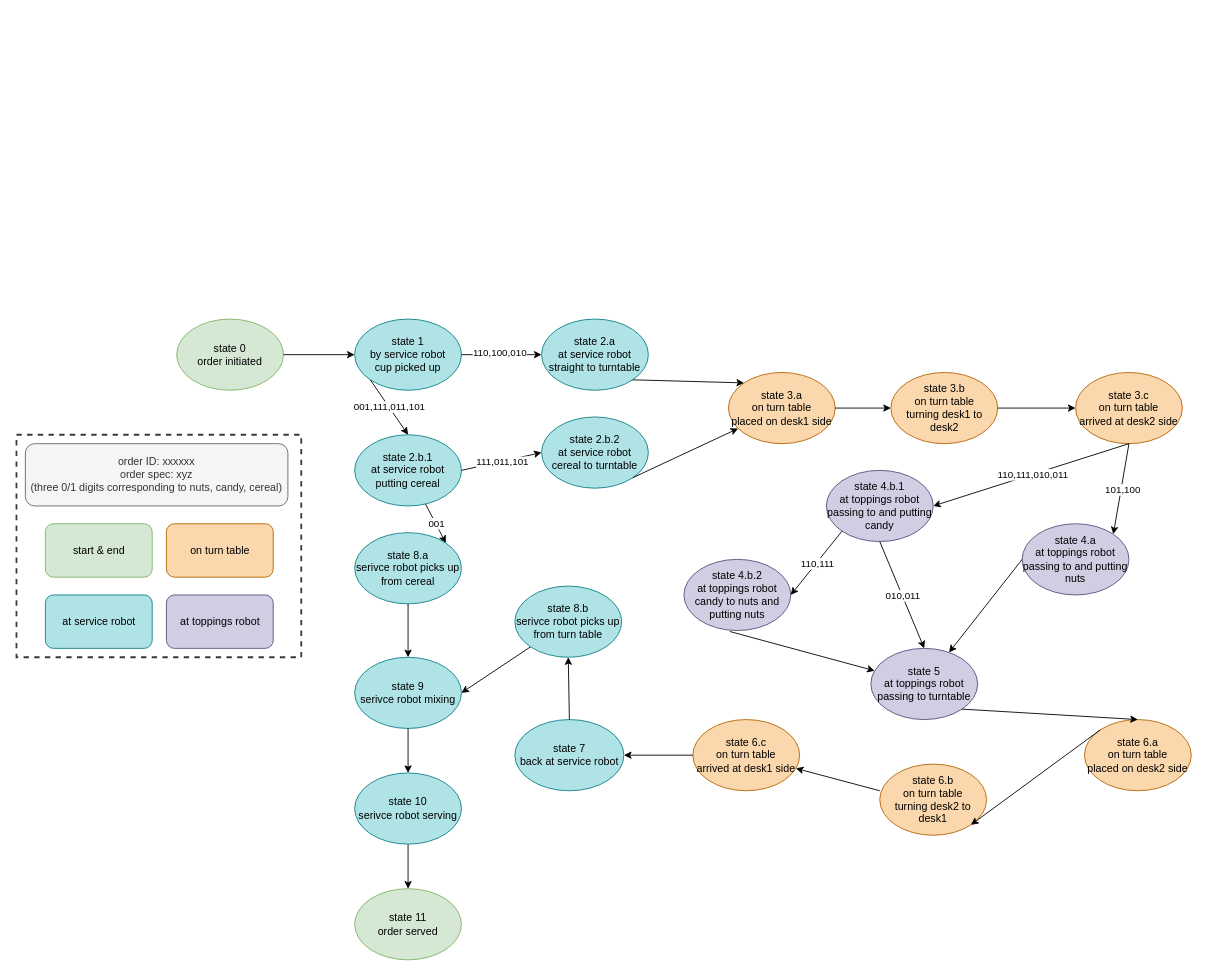
Before: page "Page-2" (2 of 2) of state_machine_diagram.drawio in Ruoyu-Wu/MEAM520_final_project_mid_scheduler_draft, a draw.io diagram. Source tidied: cells renumbered, new cells numbered last; positions are measured from the earlier drawing's top-left corner, leaving out a move shared by most shapes. Both pictures are drawn from the tidied source at 89%, with x=0, y=0 at pixel (16, 319).
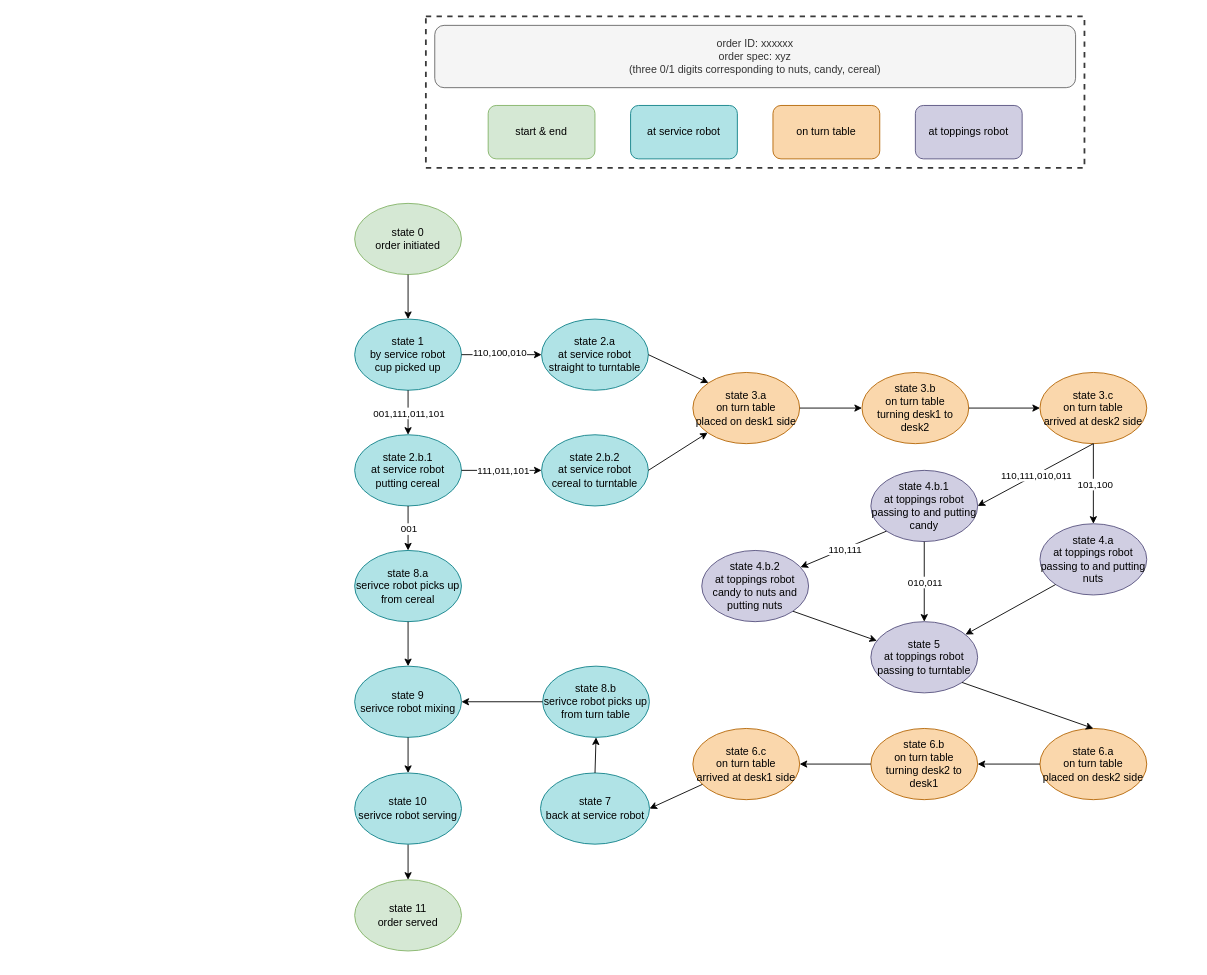
The same diagram, later.

The change refers to these unchanged cells:
```xml
<mxCell id="4" value="state 1&lt;div&gt;by service robot&lt;br&gt;&lt;div&gt;cup picked up&lt;/div&gt;&lt;/div&gt;" style="ellipse;whiteSpace=wrap;html=1;fillColor=#b0e3e6;strokeColor=#0e8088;" parent="1" vertex="1">
  <mxGeometry x="380" width="120" height="80" as="geometry" />
</mxCell>
<mxCell id="5" value="state 2.b.1&lt;div&gt;at service robot&lt;/div&gt;&lt;div&gt;putting cereal&lt;/div&gt;" style="ellipse;whiteSpace=wrap;html=1;fillColor=#b0e3e6;strokeColor=#0e8088;" parent="1" vertex="1">
  <mxGeometry x="380" y="130" width="120" height="80" as="geometry" />
</mxCell>
<mxCell id="47" value="state 2.a&lt;div&gt;at service robot&lt;/div&gt;&lt;div&gt;straight to turntable&lt;/div&gt;" style="ellipse;whiteSpace=wrap;html=1;fillColor=#b0e3e6;strokeColor=#0e8088;" parent="1" vertex="1">
  <mxGeometry x="590" width="120" height="80" as="geometry" />
</mxCell>
```

Change to the diagram source:
```diff
@@
     <mxCell id="2" value="order ID: xxxxxx&lt;div&gt;order spec: xyz&lt;/div&gt;&lt;div&gt;(three 0/1 digits corresponding to nuts, candy, cereal)&lt;/div&gt;" style="rounded=1;whiteSpace=wrap;html=1;rotation=0;fillColor=#f5f5f5;fontColor=#333333;strokeColor=#666666;" parent="1" vertex="1">
-      <mxGeometry x="10" y="140" width="295" height="70" as="geometry" />
+      <mxGeometry x="470" y="-330" width="720" height="70" as="geometry" />
     </mxCell>
     <mxCell id="3" value="state 0&lt;div&gt;order initiated&lt;/div&gt;" style="ellipse;whiteSpace=wrap;html=1;fillColor=#d5e8d4;strokeColor=#82b366;" parent="1" vertex="1">
-      <mxGeometry x="180" width="120" height="80" as="geometry" />
+      <mxGeometry x="380" y="-130" width="120" height="80" as="geometry" />
     </mxCell>
@@
     <mxCell id="6" value="state 2.b.2&lt;div&gt;at service robot&lt;/div&gt;&lt;div&gt;cereal to turntable&lt;/div&gt;" style="ellipse;whiteSpace=wrap;html=1;fillColor=#b0e3e6;strokeColor=#0e8088;" parent="1" vertex="1">
-      <mxGeometry x="590" y="110" width="120" height="80" as="geometry" />
+      <mxGeometry x="590" y="130" width="120" height="80" as="geometry" />
     </mxCell>
     <mxCell id="7" value="state 5&lt;div&gt;&lt;div&gt;at toppings robot&lt;/div&gt;&lt;div&gt;passing to turntable&lt;/div&gt;&lt;/div&gt;" style="ellipse;whiteSpace=wrap;html=1;fillColor=#d0cee2;strokeColor=#56517e;" parent="1" vertex="1">
-      <mxGeometry x="960" y="370" width="120" height="80" as="geometry" />
+      <mxGeometry x="960" y="340" width="120" height="80" as="geometry" />
     </mxCell>
     <mxCell id="8" value="state 11&lt;div&gt;order served&lt;/div&gt;" style="ellipse;whiteSpace=wrap;html=1;fillColor=#d5e8d4;strokeColor=#82b366;" parent="1" vertex="1">
-      <mxGeometry x="380" y="640" width="120" height="80" as="geometry" />
+      <mxGeometry x="380" y="630" width="120" height="80" as="geometry" />
     </mxCell>
     <mxCell id="9" value="state 3.a&lt;div&gt;on turn table&lt;/div&gt;&lt;div&gt;placed on desk1 side&lt;/div&gt;" style="ellipse;whiteSpace=wrap;html=1;fillColor=#fad7ac;strokeColor=#b46504;" parent="1" vertex="1">
-      <mxGeometry x="800" y="60" width="120" height="80" as="geometry" />
+      <mxGeometry x="760" y="60" width="120" height="80" as="geometry" />
     </mxCell>
     <mxCell id="10" value="state 3.b&lt;div&gt;on turn table&lt;/div&gt;&lt;div&gt;turning desk1 to desk2&lt;/div&gt;" style="ellipse;whiteSpace=wrap;html=1;fillColor=#fad7ac;strokeColor=#b46504;" parent="1" vertex="1">
-      <mxGeometry x="982.5" y="60" width="120" height="80" as="geometry" />
+      <mxGeometry x="950" y="60" width="120" height="80" as="geometry" />
     </mxCell>
@@
-    <mxCell id="13" style="endArrow=classic;html=1;rounded=0;exitX=0;exitY=1;exitDx=0;exitDy=0;entryX=0.5;entryY=0;entryDx=0;entryDy=0;" parent="1" edge="1" source="4" target="5">
+    <mxCell id="13" style="endArrow=classic;html=1;rounded=0;exitX=0.5;exitY=1;exitDx=0;exitDy=0;entryX=0.5;entryY=0;entryDx=0;entryDy=0;" parent="1" edge="1" source="4" target="5">
       <mxGeometry relative="1" as="geometry" />
     </mxCell>
@@
-    <mxCell id="17" style="endArrow=classic;html=1;rounded=0;entryX=1;entryY=0;entryDx=0;entryDy=0;" parent="1" edge="1" source="5" target="35">
+    <mxCell id="17" style="endArrow=classic;html=1;rounded=0;entryX=0.5;entryY=0;entryDx=0;entryDy=0;exitX=0.5;exitY=1;exitDx=0;exitDy=0;" parent="1" edge="1" source="5" target="35">
       <mxGeometry relative="1" as="geometry" />
     </mxCell>
@@
     <mxCell id="19" value="state 3.c&lt;div&gt;on turn table&lt;/div&gt;&lt;div&gt;arrived at desk2 side&lt;/div&gt;" style="ellipse;whiteSpace=wrap;html=1;fillColor=#fad7ac;strokeColor=#b46504;" parent="1" vertex="1">
-      <mxGeometry x="1190" y="60" width="120" height="80" as="geometry" />
+      <mxGeometry x="1150" y="60" width="120" height="80" as="geometry" />
     </mxCell>
     <mxCell id="20" value="state 4.b.1&lt;div&gt;at toppings robot&lt;/div&gt;&lt;div&gt;passing to and putting candy&lt;/div&gt;" style="ellipse;whiteSpace=wrap;html=1;fillColor=#d0cee2;strokeColor=#56517e;" parent="1" vertex="1">
-      <mxGeometry x="910" y="170" width="120" height="80" as="geometry" />
+      <mxGeometry x="960" y="170" width="120" height="80" as="geometry" />
     </mxCell>
     <mxCell id="21" value="state 4.a&lt;div&gt;at toppings robot&lt;/div&gt;&lt;div&gt;passing to and putting nuts&lt;/div&gt;" style="ellipse;whiteSpace=wrap;html=1;fillColor=#d0cee2;strokeColor=#56517e;" parent="1" vertex="1">
-      <mxGeometry x="1130" y="230" width="120" height="80" as="geometry" />
+      <mxGeometry x="1150" y="230" width="120" height="80" as="geometry" />
     </mxCell>
     <mxCell id="22" value="state 4.b.2&lt;div&gt;at toppings robot&lt;/div&gt;&lt;div&gt;candy to nuts and putting nuts&lt;/div&gt;" style="ellipse;whiteSpace=wrap;html=1;fillColor=#d0cee2;strokeColor=#56517e;" parent="1" vertex="1">
-      <mxGeometry x="750" y="270" width="120" height="80" as="geometry" />
+      <mxGeometry x="770" y="260" width="120" height="80" as="geometry" />
     </mxCell>
@@
-    <mxCell id="25" style="endArrow=classic;html=1;rounded=0;exitX=0.5;exitY=1;exitDx=0;exitDy=0;entryX=1;entryY=0;entryDx=0;entryDy=0;" parent="1" edge="1" source="19" target="21">
+    <mxCell id="25" style="endArrow=classic;html=1;rounded=0;exitX=0.5;exitY=1;exitDx=0;exitDy=0;entryX=0.5;entryY=0;entryDx=0;entryDy=0;" parent="1" edge="1" source="19" target="21">
       <mxGeometry relative="1" as="geometry" />
     </mxCell>
@@
-    <mxCell id="27" style="endArrow=classic;html=1;rounded=0;entryX=1;entryY=0.5;entryDx=0;entryDy=0;exitX=0;exitY=1;exitDx=0;exitDy=0;" parent="1" edge="1" source="20" target="22">
+    <mxCell id="27" style="endArrow=classic;html=1;rounded=0;exitX=0;exitY=1;exitDx=0;exitDy=0;" parent="1" edge="1" source="20" target="22">
       <mxGeometry relative="1" as="geometry" />
     </mxCell>
@@
-    <mxCell id="29" style="endArrow=classic;html=1;rounded=0;exitX=0.429;exitY=1.013;exitDx=0;exitDy=0;exitPerimeter=0;" parent="1" edge="1" source="22" target="7">
+    <mxCell id="29" style="endArrow=classic;html=1;rounded=0;exitX=1;exitY=1;exitDx=0;exitDy=0;" parent="1" edge="1" source="22" target="7">
       <mxGeometry relative="1" as="geometry" />
     </mxCell>
-    <mxCell id="30" style="endArrow=classic;html=1;rounded=0;exitX=0;exitY=0.5;exitDx=0;exitDy=0;" parent="1" edge="1" source="21" target="7">
+    <mxCell id="30" style="endArrow=classic;html=1;rounded=0;exitX=0;exitY=1;exitDx=0;exitDy=0;" parent="1" edge="1" source="21" target="7">
       <mxGeometry relative="1" as="geometry" />
     </mxCell>
     <mxCell id="31" value="state 6.a&lt;div&gt;on turn table&lt;/div&gt;&lt;div&gt;placed on desk2 side&lt;/div&gt;" style="ellipse;whiteSpace=wrap;html=1;fillColor=#fad7ac;strokeColor=#b46504;" parent="1" vertex="1">
-      <mxGeometry x="1200" y="450" width="120" height="80" as="geometry" />
+      <mxGeometry x="1150" y="460" width="120" height="80" as="geometry" />
     </mxCell>
     <mxCell id="32" value="state 6.b&lt;div&gt;on turn table&lt;/div&gt;&lt;div&gt;turning desk2 to desk1&lt;/div&gt;" style="ellipse;whiteSpace=wrap;html=1;fillColor=#fad7ac;strokeColor=#b46504;" parent="1" vertex="1">
-      <mxGeometry x="970" y="500" width="120" height="80" as="geometry" />
+      <mxGeometry x="960" y="460" width="120" height="80" as="geometry" />
     </mxCell>
     <mxCell id="33" value="state 6.c&lt;div&gt;on turn table&lt;/div&gt;&lt;div&gt;arrived at desk1 side&lt;/div&gt;" style="ellipse;whiteSpace=wrap;html=1;fillColor=#fad7ac;strokeColor=#b46504;" parent="1" vertex="1">
-      <mxGeometry x="760" y="450" width="120" height="80" as="geometry" />
+      <mxGeometry x="760" y="460" width="120" height="80" as="geometry" />
     </mxCell>
     <mxCell id="34" value="state 7&lt;div&gt;back at service robot&lt;/div&gt;" style="ellipse;whiteSpace=wrap;html=1;fillColor=#b0e3e6;strokeColor=#0e8088;" parent="1" vertex="1">
-      <mxGeometry x="560" y="450" width="122.5" height="80" as="geometry" />
+      <mxGeometry x="588.8" y="510" width="122.5" height="80" as="geometry" />
     </mxCell>
     <mxCell id="35" value="state 8.a&lt;div&gt;serivce robot picks up from cereal&lt;/div&gt;" style="ellipse;whiteSpace=wrap;html=1;fillColor=#b0e3e6;strokeColor=#0e8088;" parent="1" vertex="1">
-      <mxGeometry x="380" y="240" width="120" height="80" as="geometry" />
+      <mxGeometry x="380" y="260" width="120" height="80" as="geometry" />
     </mxCell>
     <mxCell id="36" value="state 8.b&lt;div&gt;serivce robot picks up from turn table&lt;/div&gt;" style="ellipse;whiteSpace=wrap;html=1;fillColor=#b0e3e6;strokeColor=#0e8088;" parent="1" vertex="1">
-      <mxGeometry x="560" y="300" width="120" height="80" as="geometry" />
+      <mxGeometry x="591.2" y="390" width="120" height="80" as="geometry" />
     </mxCell>
@@
-    <mxCell id="38" style="endArrow=classic;html=1;rounded=0;exitX=0;exitY=0;exitDx=0;exitDy=0;entryX=1;entryY=1;entryDx=0;entryDy=0;" parent="1" edge="1" source="31" target="32">
+    <mxCell id="38" style="endArrow=classic;html=1;rounded=0;exitX=0;exitY=0.5;exitDx=0;exitDy=0;entryX=1;entryY=0.5;entryDx=0;entryDy=0;" parent="1" edge="1" source="31" target="32">
       <mxGeometry relative="1" as="geometry" />
     </mxCell>
-    <mxCell id="39" style="endArrow=classic;html=1;rounded=0;exitX=0;exitY=0.375;exitDx=0;exitDy=0;exitPerimeter=0;" parent="1" edge="1" source="32" target="33">
+    <mxCell id="39" style="endArrow=classic;html=1;rounded=0;exitX=0;exitY=0.5;exitDx=0;exitDy=0;entryX=1;entryY=0.5;entryDx=0;entryDy=0;" parent="1" edge="1" source="32" target="33">
       <mxGeometry relative="1" as="geometry" />
     </mxCell>
-    <mxCell id="40" style="endArrow=classic;html=1;rounded=0;exitX=1;exitY=1;exitDx=0;exitDy=0;" parent="1" edge="1" source="6" target="9">
+    <mxCell id="40" style="endArrow=classic;html=1;rounded=0;exitX=1;exitY=0.5;exitDx=0;exitDy=0;" parent="1" edge="1" source="6" target="9">
       <mxGeometry relative="1" as="geometry" />
     </mxCell>
@@
-    <mxCell id="46" style="endArrow=classic;html=1;rounded=0;exitX=1;exitY=0.5;exitDx=0;exitDy=0;entryX=0;entryY=0.5;entryDx=0;entryDy=0;" parent="1" edge="1" source="3" target="4">
+    <mxCell id="46" style="endArrow=classic;html=1;rounded=0;exitX=0.5;exitY=1;exitDx=0;exitDy=0;" parent="1" edge="1" source="3" target="4">
       <mxGeometry relative="1" as="geometry" />
     </mxCell>
@@
-    <mxCell id="48" style="endArrow=classic;html=1;rounded=0;exitX=1;exitY=1;exitDx=0;exitDy=0;entryX=0;entryY=0;entryDx=0;entryDy=0;" parent="1" edge="1" source="47" target="9">
+    <mxCell id="48" style="endArrow=classic;html=1;rounded=0;exitX=1;exitY=0.5;exitDx=0;exitDy=0;entryX=0;entryY=0;entryDx=0;entryDy=0;" parent="1" edge="1" source="47" target="9">
       <mxGeometry relative="1" as="geometry" />
     </mxCell>
@@
     <mxCell id="51" value="start &amp;amp; end" style="rounded=1;whiteSpace=wrap;html=1;fillColor=#d5e8d4;strokeColor=#82b366;" parent="1" vertex="1">
-      <mxGeometry x="32.5" y="230" width="120" height="60" as="geometry" />
+      <mxGeometry x="530" y="-240" width="120" height="60" as="geometry" />
     </mxCell>
     <mxCell id="52" value="on turn table" style="rounded=1;whiteSpace=wrap;html=1;fillColor=#fad7ac;strokeColor=#b46504;" parent="1" vertex="1">
-      <mxGeometry x="168.5" y="230" width="120" height="60" as="geometry" />
+      <mxGeometry x="850" y="-240" width="120" height="60" as="geometry" />
     </mxCell>
     <mxCell id="53" value="at service robot" style="rounded=1;whiteSpace=wrap;html=1;fillColor=#b0e3e6;strokeColor=#0e8088;" parent="1" vertex="1">
-      <mxGeometry x="32.5" y="310" width="120" height="60" as="geometry" />
+      <mxGeometry x="690" y="-240" width="120" height="60" as="geometry" />
     </mxCell>
     <mxCell id="54" value="at toppings robot" style="rounded=1;whiteSpace=wrap;html=1;fillColor=#d0cee2;strokeColor=#56517e;" parent="1" vertex="1">
-      <mxGeometry x="168.5" y="310" width="120" height="60" as="geometry" />
+      <mxGeometry x="1010" y="-240" width="120" height="60" as="geometry" />
     </mxCell>
     <mxCell id="55" style="rounded=0;whiteSpace=wrap;html=1;fillColor=none;dashed=1;strokeWidth=2;strokeColor=#393939;" parent="1" vertex="1">
-      <mxGeometry y="130" width="320" height="250" as="geometry" />
+      <mxGeometry x="460" y="-340" width="740" height="170" as="geometry" />
     </mxCell>
@@
     <mxCell id="57" value="state 9&lt;div&gt;serivce robot mixing&lt;/div&gt;" style="ellipse;whiteSpace=wrap;html=1;fillColor=#b0e3e6;strokeColor=#0e8088;" parent="1" vertex="1">
-      <mxGeometry x="380" y="380" width="120" height="80" as="geometry" />
+      <mxGeometry x="380" y="390" width="120" height="80" as="geometry" />
     </mxCell>
@@
-    <mxCell id="59" style="endArrow=classic;html=1;rounded=0;exitX=0;exitY=1;exitDx=0;exitDy=0;entryX=1;entryY=0.5;entryDx=0;entryDy=0;" parent="1" edge="1" source="36" target="57">
+    <mxCell id="59" style="endArrow=classic;html=1;rounded=0;exitX=0;exitY=0.5;exitDx=0;exitDy=0;entryX=1;entryY=0.5;entryDx=0;entryDy=0;" parent="1" edge="1" source="36" target="57">
       <mxGeometry relative="1" as="geometry" />
     </mxCell>
```
